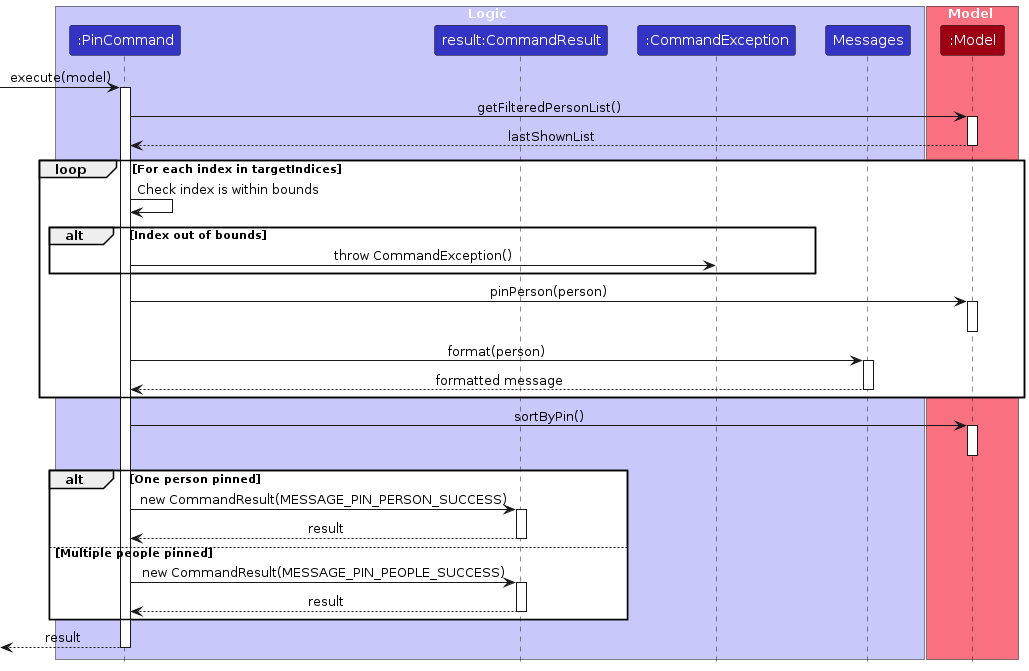
Before: diagrams/PinExecuteSequenceDiagram.png, a diagram exported from PlantUML (AY2425-CS2103T-T09-4/tp). Its source is kept beside it as diagrams/PinExecuteSequenceDiagram.puml. Its diagram source:
```plantuml
@startuml
!include style.puml
skinparam ArrowFontStyle plain

box Logic LOGIC_COLOR_T1
participant ":PinCommand" as PinCommand LOGIC_COLOR
participant "result:CommandResult" as CommandResult LOGIC_COLOR
participant ":CommandException" as CommandException LOGIC_COLOR
participant "Messages" as Messages LOGIC_COLOR
end box

box Model MODEL_COLOR_T1
    participant ":Model" as Model MODEL_COLOR
end box

[-> PinCommand : execute(model)
activate PinCommand

PinCommand -> Model : getFilteredPersonList()
activate Model
Model --> PinCommand : lastShownList
deactivate Model

loop For each index in targetIndices
    PinCommand -> PinCommand : Check index is within bounds
    alt Index out of bounds
        PinCommand -> CommandException : throw CommandException()

    end

    PinCommand -> Model : pinPerson(person)
    activate Model
    deactivate Model

    PinCommand -> Messages : format(person)
    activate Messages
    Messages --> PinCommand : formatted message
    deactivate Messages
end

PinCommand -> Model : sortByPin()
activate Model
deactivate Model

alt One person pinned
    PinCommand -> CommandResult : new CommandResult(MESSAGE_PIN_PERSON_SUCCESS)
    activate CommandResult
    CommandResult --> PinCommand : result
    deactivate CommandResult
else Multiple people pinned
    PinCommand -> CommandResult : new CommandResult(MESSAGE_PIN_PEOPLE_SUCCESS)
    activate CommandResult
    CommandResult --> PinCommand : result
    deactivate CommandResult
end

deactivate CommandResult

[<-- PinCommand : result
deactivate PinCommand

@enduml
```
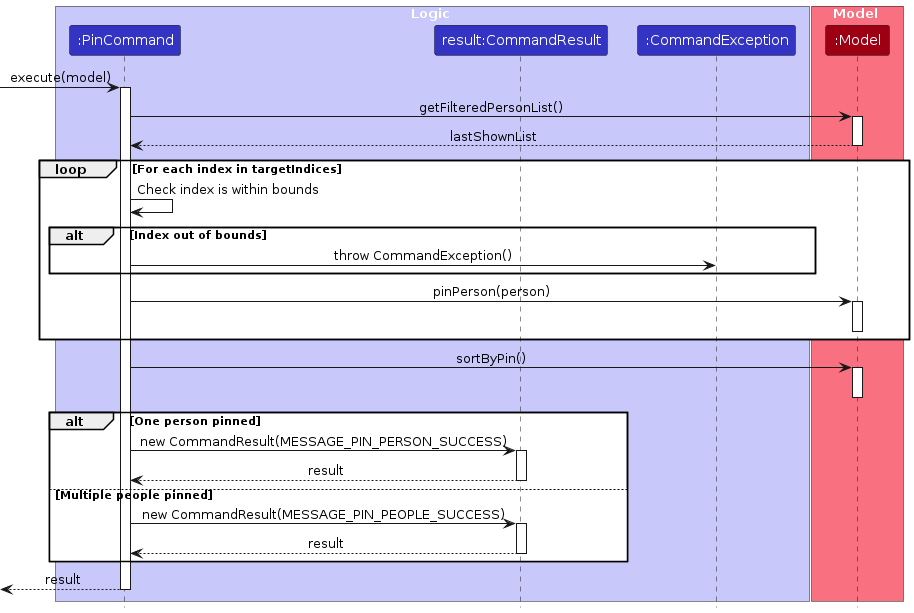
Above is the later version.

What changed in the source:
```diff
@@ -6,7 +6,6 @@
 participant ":PinCommand" as PinCommand LOGIC_COLOR
 participant "result:CommandResult" as CommandResult LOGIC_COLOR
 participant ":CommandException" as CommandException LOGIC_COLOR
-participant "Messages" as Messages LOGIC_COLOR
 end box
 
 box Model MODEL_COLOR_T1
@@ -32,10 +31,7 @@
     activate Model
     deactivate Model
 
-    PinCommand -> Messages : format(person)
-    activate Messages
-    Messages --> PinCommand : formatted message
-    deactivate Messages
+
 end
 
 PinCommand -> Model : sortByPin()
```
